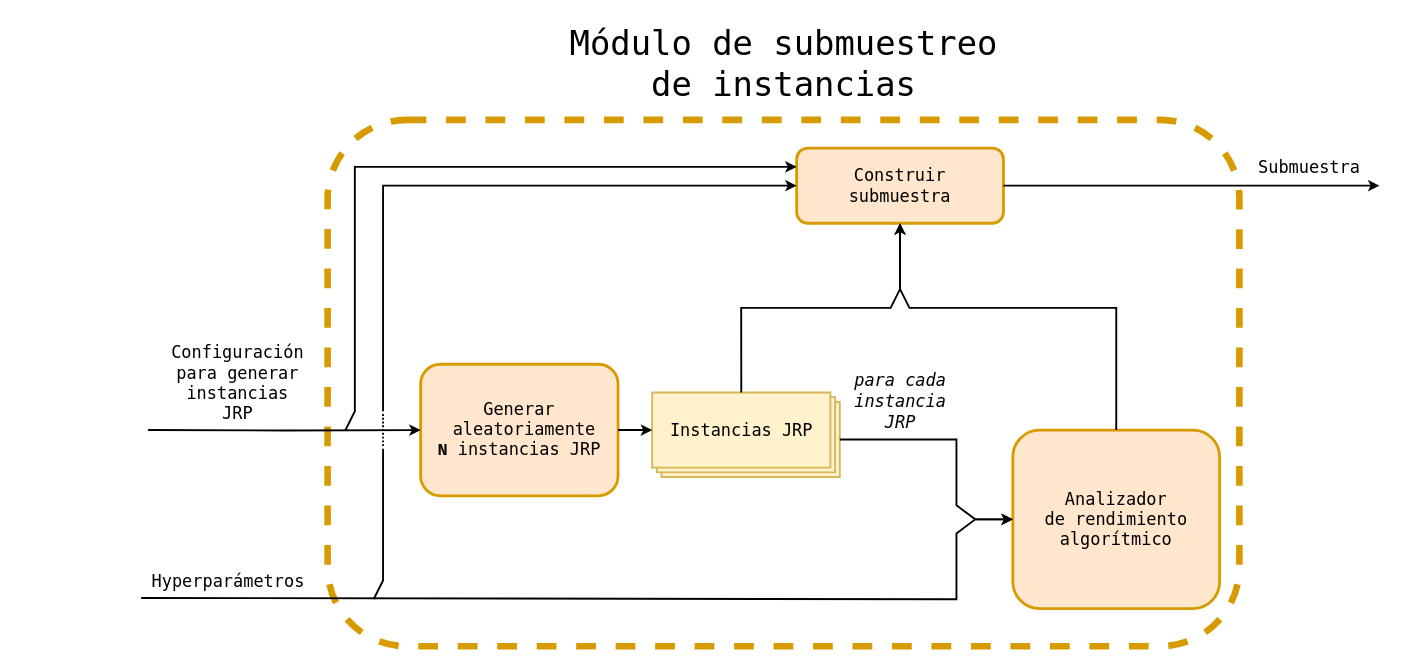
Earlier version of the draw.io diagram page "moduloSubmuestreoInstancias" (4 of 14) of experiment_testQAOASolver/design/experiment_design.drawio (AdrianoLusso/QuantumComputing_for_JobReassignmentProblem). Source tidied: cells renumbered, new cells numbered last; positions are measured from the earlier drawing's top-left corner, leaving out a move shared by most shapes. Both pictures are drawn from the tidied source at 94%, with x=0, y=0 at pixel (16, 16).
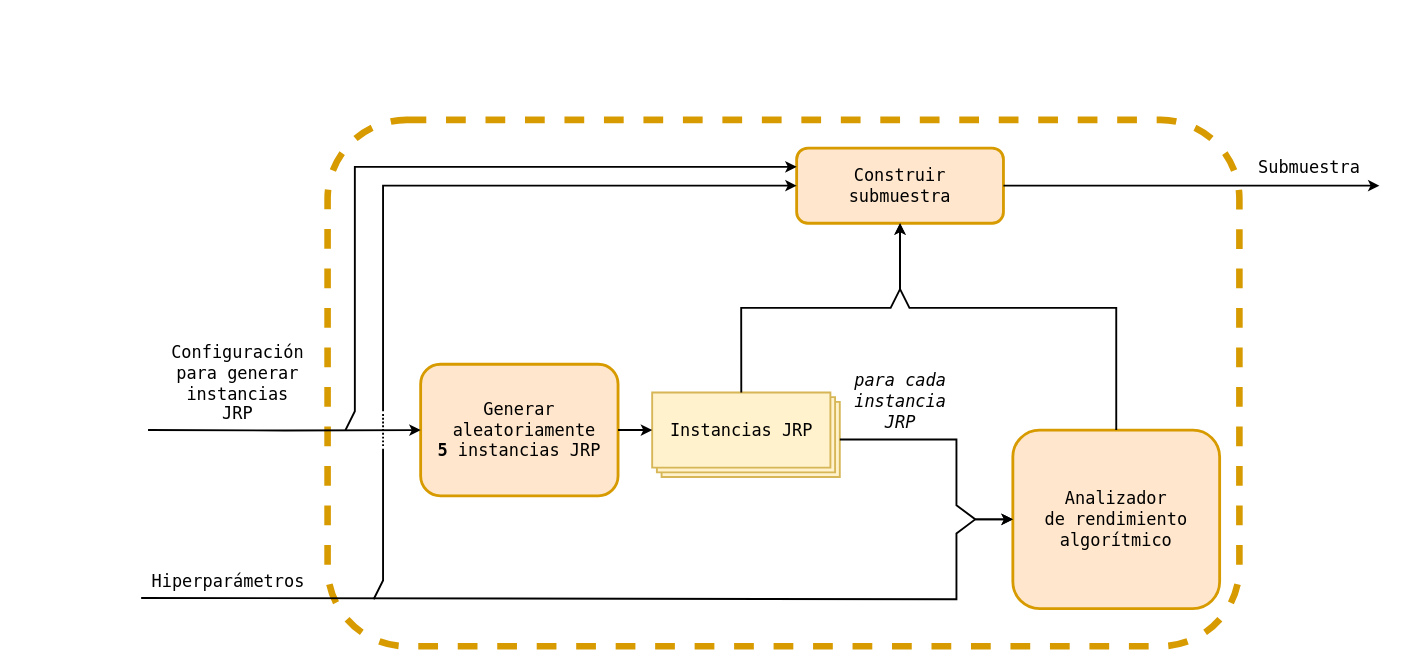
Above is the later version.

Diff of the diagram source:
```diff
@@
-    <mxCell id="4" value="&lt;font face=&quot;Lucida Console&quot;&gt;&lt;span style=&quot;font-size: 18px;&quot;&gt;Analizador&lt;/span&gt;&lt;/font&gt;&lt;div&gt;&lt;font face=&quot;Lucida Console&quot;&gt;&lt;span style=&quot;font-size: 18px;&quot;&gt;de rendimiento&lt;/span&gt;&lt;/font&gt;&lt;/div&gt;&lt;div&gt;&lt;font face=&quot;Lucida Console&quot;&gt;&lt;span style=&quot;font-size: 18px;&quot;&gt;algorítmico&lt;/span&gt;&lt;/font&gt;&lt;/div&gt;" style="rounded=1;whiteSpace=wrap;html=1;fillColor=#ffe6cc;strokeColor=#d79b00;strokeWidth=3;" parent="1" vertex="1">
+    <mxCell id="4" value="&lt;span style=&quot;font-size: 18px;&quot;&gt;&lt;font face=&quot;Lucida Console&quot;&gt;Analizador&lt;/font&gt;&lt;/span&gt;&lt;div&gt;&lt;span style=&quot;font-size: 18px;&quot;&gt;&lt;font face=&quot;Lucida Console&quot;&gt;de rendimiento&lt;/font&gt;&lt;/span&gt;&lt;/div&gt;&lt;div&gt;&lt;span style=&quot;font-size: 18px;&quot;&gt;&lt;font face=&quot;Lucida Console&quot;&gt;algorítmico&lt;/font&gt;&lt;/span&gt;&lt;/div&gt;" style="rounded=1;whiteSpace=wrap;html=1;fillColor=#ffe6cc;strokeColor=#d79b00;strokeWidth=3;" parent="1" vertex="1">
       <mxGeometry x="1060" y="440" width="220" height="190" as="geometry" />
     </mxCell>
@@
-    <mxCell id="8" value="&lt;font style=&quot;font-size: 18px;&quot; face=&quot;Lucida Console&quot;&gt;Generar&lt;/font&gt;&lt;div&gt;&lt;font style=&quot;font-size: 18px;&quot; face=&quot;Lucida Console&quot;&gt;&lt;b&gt;&amp;nbsp;&lt;/b&gt;aleatoriamente&lt;/font&gt;&lt;/div&gt;&lt;div&gt;&lt;font style=&quot;background-color: initial; font-size: 18px;&quot; face=&quot;Courier New&quot;&gt;&lt;b&gt;N&amp;nbsp;&lt;/b&gt;&lt;/font&gt;&lt;span style=&quot;background-color: initial; font-family: &amp;quot;Lucida Console&amp;quot;; font-size: 18px;&quot;&gt;instancias JRP&lt;/span&gt;&lt;/div&gt;" style="rounded=1;whiteSpace=wrap;html=1;fillColor=#ffe6cc;strokeColor=#d79b00;strokeWidth=3;" parent="1" vertex="1">
+    <mxCell id="8" value="&lt;font face=&quot;Lucida Console&quot; style=&quot;font-size: 18px;&quot;&gt;Generar&lt;/font&gt;&lt;div&gt;&lt;font face=&quot;Lucida Console&quot; style=&quot;font-size: 18px;&quot;&gt;&lt;b&gt;&amp;nbsp;&lt;/b&gt;aleatoriamente&lt;/font&gt;&lt;/div&gt;&lt;div&gt;&lt;font face=&quot;Lucida Console&quot;&gt;&lt;font style=&quot;background-color: initial; font-size: 18px;&quot;&gt;&lt;b&gt;5&amp;nbsp;&lt;/b&gt;&lt;/font&gt;&lt;span style=&quot;background-color: initial; font-size: 18px;&quot;&gt;instancias JRP&lt;/span&gt;&lt;/font&gt;&lt;/div&gt;" style="rounded=1;whiteSpace=wrap;html=1;fillColor=#ffe6cc;strokeColor=#d79b00;strokeWidth=3;" parent="1" vertex="1">
       <mxGeometry x="430" y="370" width="210" height="140" as="geometry" />
     </mxCell>
@@
-    <mxCell id="14" value="&lt;font face=&quot;Lucida Console&quot;&gt;&lt;span style=&quot;font-size: 36px;&quot;&gt;Módulo de submuestreo&lt;/span&gt;&lt;/font&gt;&lt;div&gt;&lt;font face=&quot;Lucida Console&quot;&gt;&lt;span style=&quot;font-size: 36px;&quot;&gt;de instancias&lt;/span&gt;&lt;/font&gt;&lt;/div&gt;" style="text;html=1;align=center;verticalAlign=middle;strokeColor=none;fillColor=none;" parent="1" vertex="1">
-      <mxGeometry x="576" width="480" height="100" as="geometry" />
-    </mxCell>
@@
-    <mxCell id="16" value="&lt;span style=&quot;font-family: &amp;quot;Lucida Console&amp;quot;; font-size: 18px; text-wrap: wrap;&quot;&gt;Hyperparámetros&lt;/span&gt;" style="text;html=1;align=center;verticalAlign=middle;points=[];strokeColor=none;fillColor=none;" parent="1" vertex="1">
+    <mxCell id="16" value="&lt;span style=&quot;font-family: &amp;quot;Lucida Console&amp;quot;; font-size: 18px; text-wrap: wrap;&quot;&gt;Hiperparámetros&lt;/span&gt;" style="text;html=1;align=center;verticalAlign=middle;points=[];strokeColor=none;fillColor=none;" parent="1" vertex="1">
       <mxGeometry x="130" y="580" width="190" height="40" as="geometry" />
     </mxCell>
```
